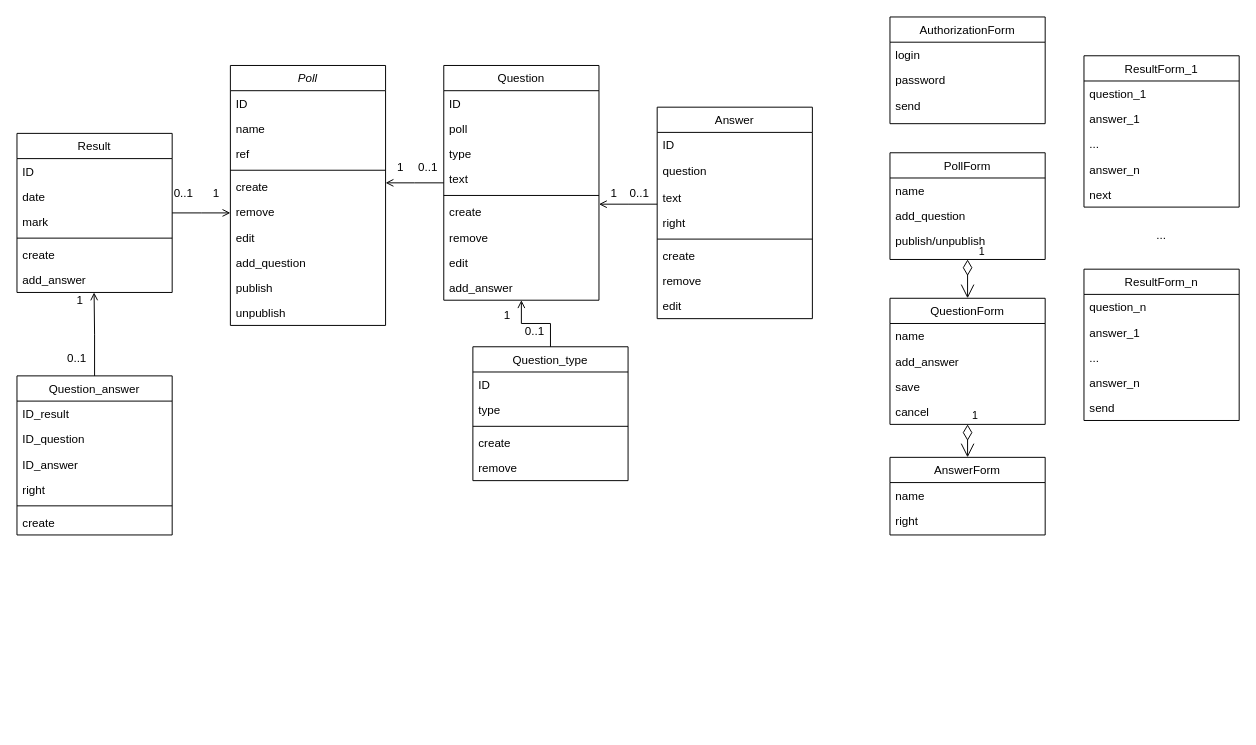
alisiya89/DisTest keeps this draw.io diagram as diagrams/Диаграмма классов.drawio. Above is the earlier version. Source tidied: cells renumbered, new cells numbered last; positions are measured from the earlier drawing's top-left corner, leaving out a move shared by most shapes. Both pictures are drawn from the tidied source at 97%, with x=0, y=0 at pixel (16, 16).
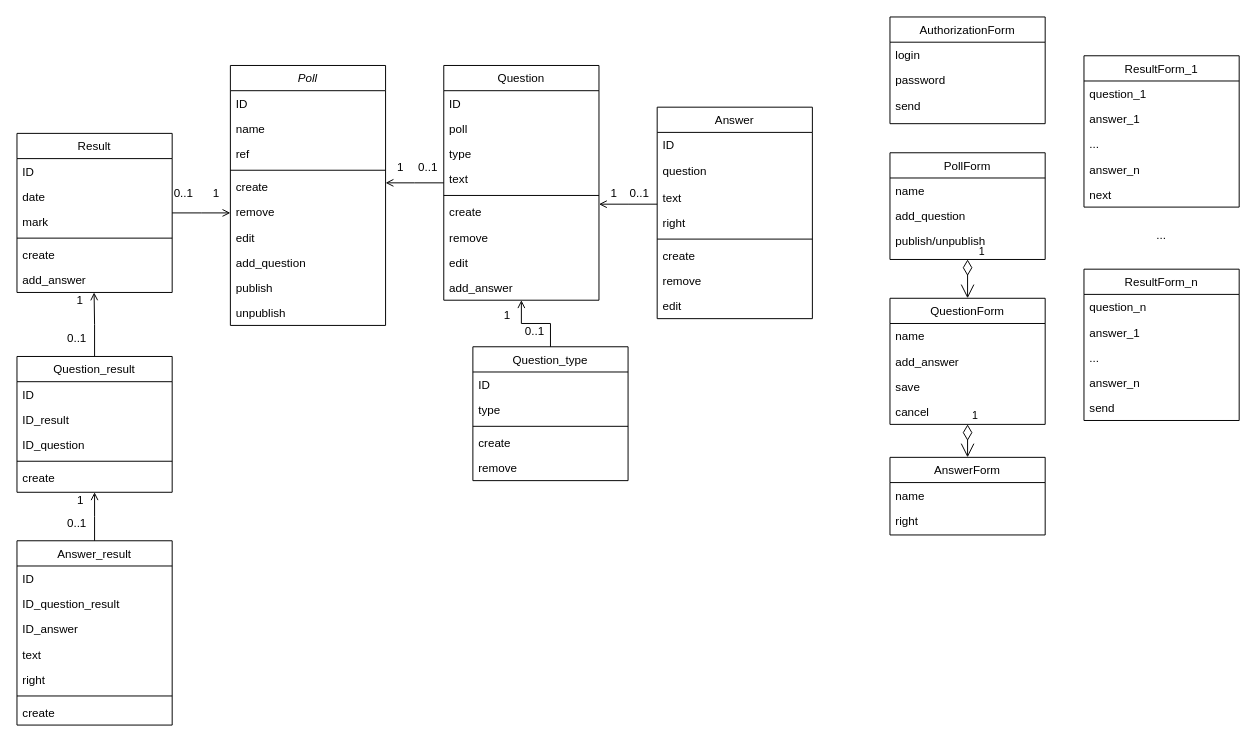
Above is the later version.

The edit, as a diff of the source:
```diff
@@
-    <mxCell id="51" value="Question_answer" style="swimlane;fontStyle=0;align=center;verticalAlign=top;horizontal=1;startSize=26;rounded=0;shadow=0;strokeWidth=1;" parent="1" vertex="1">
-      <mxGeometry y="370" width="160" height="164" as="geometry" />
+    <mxCell id="51" value="Question_result" style="swimlane;fontStyle=0;align=center;verticalAlign=top;horizontal=1;startSize=26;rounded=0;shadow=0;strokeWidth=1;" parent="1" vertex="1">
+      <mxGeometry y="350" width="160" height="140" as="geometry" />
     </mxCell>
-    <mxCell id="52" value="ID_result" style="text;align=left;verticalAlign=top;spacingLeft=4;spacingRight=4;overflow=hidden;" parent="51" vertex="1">
+    <mxCell id="52" value="ID" style="text;align=left;verticalAlign=top;spacingLeft=4;spacingRight=4;overflow=hidden;" parent="51" vertex="1">
       <mxGeometry y="26" width="160" height="26" as="geometry" />
     </mxCell>
-    <mxCell id="53" value="ID_question" style="text;align=left;verticalAlign=top;spacingLeft=4;spacingRight=4;overflow=hidden;" parent="51" vertex="1">
+    <mxCell id="53" value="ID_result" style="text;align=left;verticalAlign=top;spacingLeft=4;spacingRight=4;overflow=hidden;" parent="51" vertex="1">
       <mxGeometry y="52" width="160" height="26" as="geometry" />
     </mxCell>
-    <mxCell id="54" value="ID_answer" style="text;align=left;verticalAlign=top;spacingLeft=4;spacingRight=4;overflow=hidden;" parent="51" vertex="1">
+    <mxCell id="54" value="ID_question" style="text;align=left;verticalAlign=top;spacingLeft=4;spacingRight=4;overflow=hidden;" parent="51" vertex="1">
       <mxGeometry y="78" width="160" height="26" as="geometry" />
     </mxCell>
-    <mxCell id="55" value="right" style="text;align=left;verticalAlign=top;spacingLeft=4;spacingRight=4;overflow=hidden;" parent="51" vertex="1">
-      <mxGeometry y="104" width="160" height="26" as="geometry" />
-    </mxCell>
     <mxCell id="56" style="line;html=1;strokeWidth=1;align=left;verticalAlign=middle;spacingTop=-1;spacingLeft=3;spacingRight=3;labelPosition=right;" parent="51" vertex="1">
-      <mxGeometry y="130" width="160" height="8" as="geometry" />
+      <mxGeometry y="104" width="160" height="8" as="geometry" />
     </mxCell>
     <mxCell id="57" value="create" style="text;align=left;verticalAlign=top;spacingLeft=4;spacingRight=4;overflow=hidden;" parent="51" vertex="1">
-      <mxGeometry y="138" width="160" height="26" as="geometry" />
+      <mxGeometry y="112" width="160" height="26" as="geometry" />
     </mxCell>
@@
+    <mxCell id="98" value="Answer_result" style="swimlane;fontStyle=0;align=center;verticalAlign=top;horizontal=1;startSize=26;rounded=0;shadow=0;strokeWidth=1;" parent="1" vertex="1">
+      <mxGeometry y="540" width="160" height="190" as="geometry" />
+    </mxCell>
+    <mxCell id="99" value="ID" style="text;align=left;verticalAlign=top;spacingLeft=4;spacingRight=4;overflow=hidden;" parent="98" vertex="1">
+      <mxGeometry y="26" width="160" height="26" as="geometry" />
+    </mxCell>
+    <mxCell id="100" value="ID_question_result" style="text;align=left;verticalAlign=top;spacingLeft=4;spacingRight=4;overflow=hidden;" parent="98" vertex="1">
+      <mxGeometry y="52" width="160" height="26" as="geometry" />
+    </mxCell>
+    <mxCell id="101" value="ID_answer" style="text;align=left;verticalAlign=top;spacingLeft=4;spacingRight=4;overflow=hidden;" parent="98" vertex="1">
+      <mxGeometry y="78" width="160" height="26" as="geometry" />
+    </mxCell>
+    <mxCell id="102" value="text" style="text;align=left;verticalAlign=top;spacingLeft=4;spacingRight=4;overflow=hidden;" parent="98" vertex="1">
+      <mxGeometry y="104" width="160" height="26" as="geometry" />
+    </mxCell>
+    <mxCell id="55" value="right" style="text;align=left;verticalAlign=top;spacingLeft=4;spacingRight=4;overflow=hidden;" parent="98" vertex="1">
+      <mxGeometry y="130" width="160" height="26" as="geometry" />
+    </mxCell>
+    <mxCell id="103" style="line;html=1;strokeWidth=1;align=left;verticalAlign=middle;spacingTop=-1;spacingLeft=3;spacingRight=3;labelPosition=right;" parent="98" vertex="1">
+      <mxGeometry y="156" width="160" height="8" as="geometry" />
+    </mxCell>
+    <mxCell id="104" value="create" style="text;align=left;verticalAlign=top;spacingLeft=4;spacingRight=4;overflow=hidden;" parent="98" vertex="1">
+      <mxGeometry y="164" width="160" height="26" as="geometry" />
+    </mxCell>
+    <mxCell id="105" style="endArrow=open;shadow=0;strokeWidth=1;rounded=0;endFill=1;edgeStyle=elbowEdgeStyle;elbow=vertical;" parent="1" edge="1" source="98" target="51">
+      <mxGeometry x="0.5" y="41" relative="1" as="geometry">
+        <mxPoint x="-40" y="32" as="offset" />
+      </mxGeometry>
+    </mxCell>
+    <mxCell id="106" value="0..1" style="align=left;verticalAlign=bottom;labelBackgroundColor=none;fontSize=12;" parent="105" vertex="1">
+      <mxGeometry x="-1" relative="1" as="geometry">
+        <mxPoint x="-30" y="-10" as="offset" />
+      </mxGeometry>
+    </mxCell>
+    <mxCell id="107" value="1" style="align=right;verticalAlign=bottom;labelBackgroundColor=none;fontSize=12;" parent="105" vertex="1">
+      <mxGeometry x="1" relative="1" as="geometry">
+        <mxPoint x="-10" y="17" as="offset" />
+      </mxGeometry>
+    </mxCell>
```
